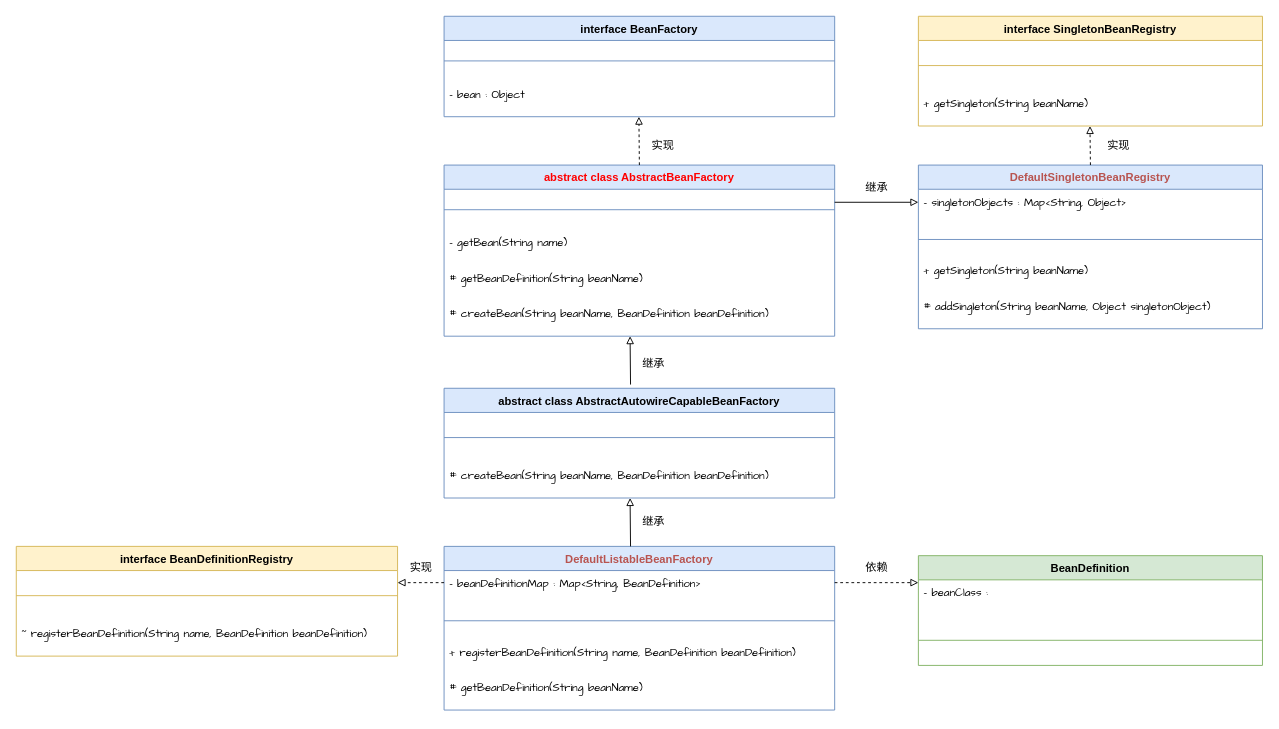
The draw.io diagram page "实现 Bean 对象的定义、注册、获取" (2 of 6) of imgs/winter.drawio in EmeryWan/Winter, before the edit. Source tidied: cells renumbered, new cells numbered last; positions are measured from the earlier drawing's top-left corner, leaving out a move shared by most shapes. Both pictures are drawn from the tidied source at 93%, with x=0, y=0 at pixel (16, 16).
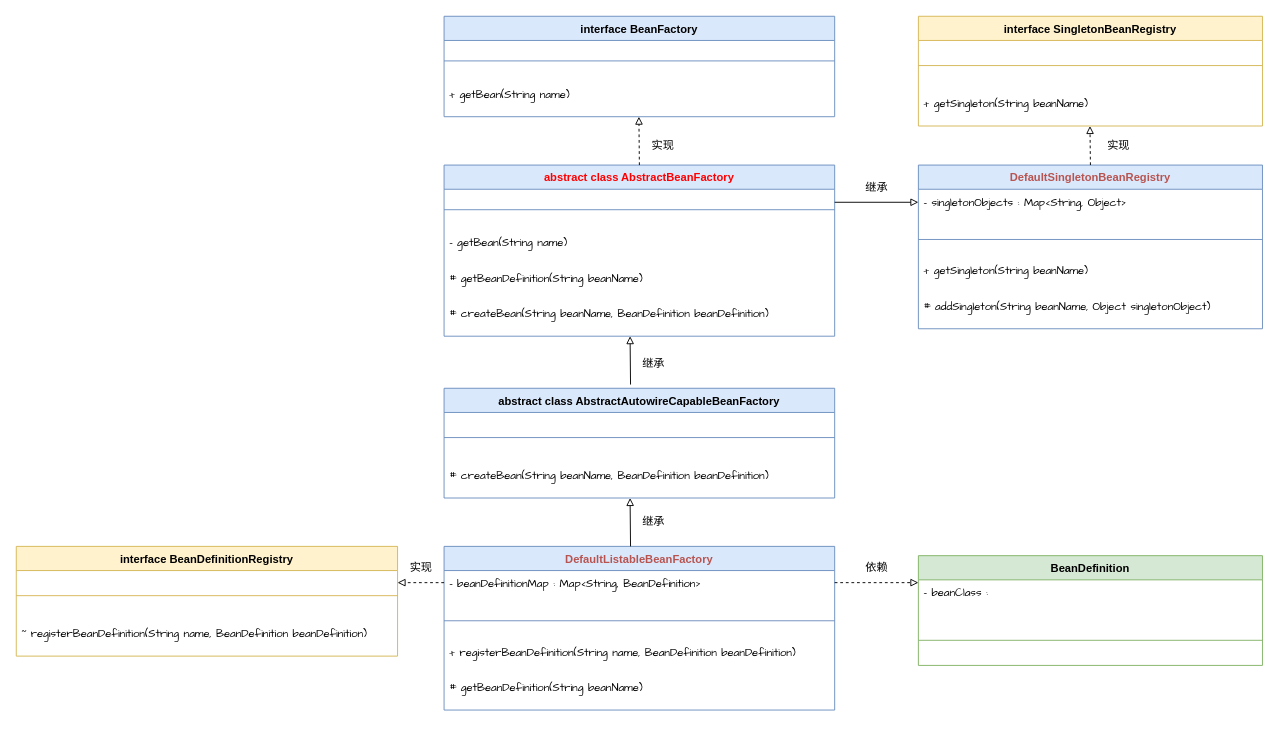
After the change.

Unchanged cells that the change refers to:
```xml
<mxCell id="2" value="interface BeanFactory" style="swimlane;fontStyle=1;align=center;verticalAlign=top;horizontal=1;startSize=26;fillColor=#dae8fc;strokeColor=#6c8ebf;" parent="1" vertex="1">
  <mxGeometry x="460" width="420" height="108" as="geometry" />
</mxCell>
```

Diff of the diagram source:
```diff
@@
-    <mxCell id="4" value="- bean : Object" style="text;strokeColor=none;fillColor=none;align=left;verticalAlign=top;spacingLeft=4;spacingRight=4;overflow=hidden;fontFamily=Comic Sans MS;" parent="2" vertex="1">
+    <mxCell id="4" value="+ getBean(String name)" style="text;strokeColor=none;fillColor=none;align=left;verticalAlign=top;spacingLeft=4;spacingRight=4;overflow=hidden;fontFamily=Comic Sans MS;" parent="2" vertex="1">
       <mxGeometry y="70" width="420" height="38" as="geometry" />
     </mxCell>
```
